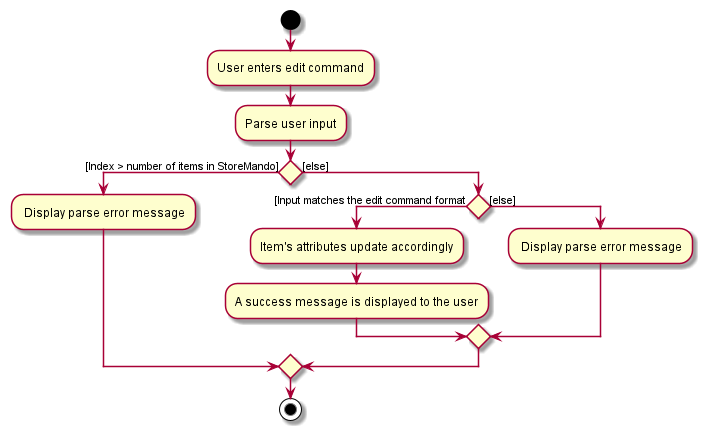
Earlier version of the PlantUML export docs/images/EditActivityDiagram.png (nus-cs2103-AY2021S2/tp). Source of this version:
```plantuml
@startuml

start
:User enters edit command;
:Parse user input;
if () then ([Index > number of items in StoreMando])
    : Display parse error message;
else ([else])
    if () then ([Input matches the edit command format)
        :Item's attributes update accordingly;
        :A success message is displayed to the user;
    else ([else])
        : Display parse error message;
    endif
endif
stop

@enduml
```
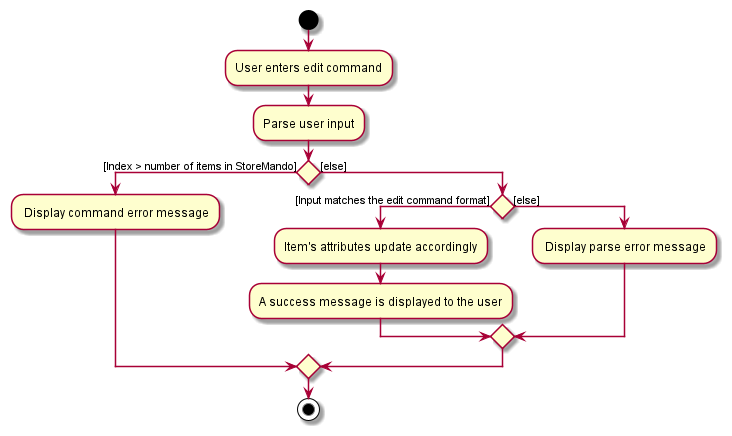
The same diagram one commit later.

Commit message:
Change parse error to command error

Change to the diagram source:
```diff
@@ -4,9 +4,9 @@
 :User enters edit command;
 :Parse user input;
 if () then ([Index > number of items in StoreMando])
-    : Display parse error message;
+    : Display command error message;
 else ([else])
-    if () then ([Input matches the edit command format)
+    if () then ([Input matches the edit command format])
         :Item's attributes update accordingly;
         :A success message is displayed to the user;
     else ([else])
```
